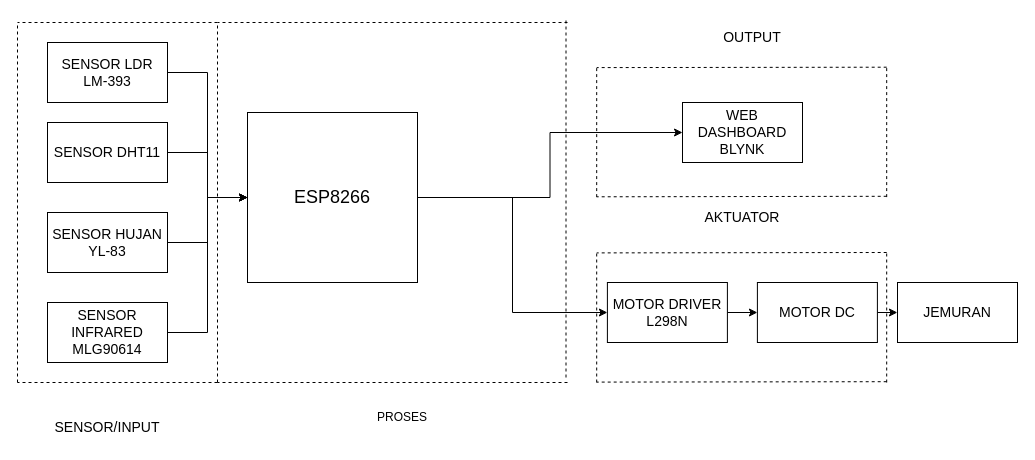
Earlier version of the draw.io diagram Untitled Diagram.drawio (briannugroho/A25). Source tidied: cells renumbered, new cells numbered last; positions are measured from the earlier drawing's top-left corner, leaving out a move shared by most shapes. Both pictures are drawn from the tidied source at 100%, with x=0, y=0 at pixel (17, 17). Pictures stored in the file or linked from it are replaced by grey dashed boxes.
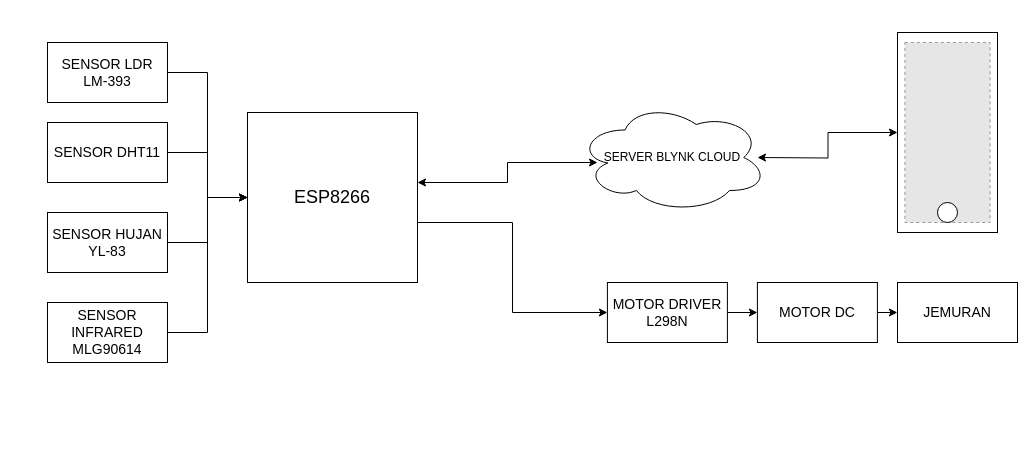
The same page after the edit.

Unchanged cells that the change refers to:
```xml
<mxCell id="12" value="&lt;font style=&quot;font-size: 18px;&quot;&gt;ESP8266&lt;/font&gt;" style="whiteSpace=wrap;html=1;" parent="1" vertex="1">
  <mxGeometry x="230" y="95" width="170" height="170" as="geometry" />
</mxCell>
<mxCell id="14" value="&lt;font style=&quot;font-size: 14px;&quot;&gt;MOTOR DRIVER L298N&lt;/font&gt;" style="whiteSpace=wrap;html=1;" parent="1" vertex="1">
  <mxGeometry x="589.9" y="265" width="120" height="60" as="geometry" />
</mxCell>
```

Diff of the diagram source:
```diff
@@
     <mxCell id="10" style="edgeStyle=orthogonalEdgeStyle;rounded=0;jettySize=auto;html=1;" parent="1" edge="1" source="12" target="14">
-      <mxGeometry relative="1" as="geometry" />
+      <mxGeometry relative="1" as="geometry">
+        <Array as="points">
+          <mxPoint x="495" y="205" />
+          <mxPoint x="495" y="295" />
+        </Array>
+      </mxGeometry>
     </mxCell>
-    <mxCell id="11" style="edgeStyle=orthogonalEdgeStyle;rounded=0;jettySize=auto;html=1;entryX=0;entryY=0.5;entryDx=0;entryDy=0;" parent="1" edge="1" source="12" target="18">
-      <mxGeometry relative="1" as="geometry" />
+    <mxCell id="11" style="edgeStyle=orthogonalEdgeStyle;rounded=0;jettySize=auto;html=1;entryX=0;entryY=0.5;entryDx=0;entryDy=0;startArrow=classic;startFill=1;" parent="1" edge="1" source="12">
+      <mxGeometry relative="1" as="geometry">
+        <mxPoint x="580" y="145" as="targetPoint" />
+        <Array as="points">
+          <mxPoint x="490" y="165" />
+          <mxPoint x="490" y="145" />
+        </Array>
+      </mxGeometry>
     </mxCell>
@@
-    <mxCell id="18" value="&lt;font style=&quot;font-size: 14px;&quot;&gt;WEB DASHBOARD BLYNK&lt;/font&gt;" style="whiteSpace=wrap;html=1;" parent="1" vertex="1">
-      <mxGeometry x="665" y="85" width="120" height="60" as="geometry" />
-    </mxCell>
-    <mxCell id="19" style="endArrow=none;dashed=1;html=1;rounded=0;" parent="1" edge="1">
-      <mxGeometry relative="1" as="geometry">
-        <mxPoint y="365" as="sourcePoint" />
-        <mxPoint y="5" as="targetPoint" />
-      </mxGeometry>
-    </mxCell>
-    <mxCell id="20" style="endArrow=none;dashed=1;html=1;rounded=0;" parent="1" edge="1">
-      <mxGeometry relative="1" as="geometry">
-        <mxPoint x="200" y="365" as="sourcePoint" />
-        <mxPoint x="200" y="5" as="targetPoint" />
-      </mxGeometry>
-    </mxCell>
-    <mxCell id="21" style="endArrow=none;dashed=1;html=1;rounded=0;" parent="1" edge="1">
-      <mxGeometry relative="1" as="geometry">
-        <mxPoint x="548.5" y="360" as="sourcePoint" />
-        <mxPoint x="548.5" as="targetPoint" />
-      </mxGeometry>
-    </mxCell>
-    <mxCell id="22" style="endArrow=none;dashed=1;html=1;rounded=0;" parent="1" edge="1">
-      <mxGeometry relative="1" as="geometry">
-        <mxPoint x="550" y="365" as="sourcePoint" />
-        <mxPoint x="200" y="365" as="targetPoint" />
-      </mxGeometry>
-    </mxCell>
-    <mxCell id="23" style="endArrow=none;dashed=1;html=1;rounded=0;" parent="1" edge="1">
-      <mxGeometry relative="1" as="geometry">
-        <mxPoint x="550" y="5" as="sourcePoint" />
-        <mxPoint x="200" y="5" as="targetPoint" />
-      </mxGeometry>
-    </mxCell>
-    <mxCell id="24" style="endArrow=none;dashed=1;html=1;rounded=0;" parent="1" edge="1">
-      <mxGeometry relative="1" as="geometry">
-        <mxPoint x="200" y="5" as="sourcePoint" />
-        <mxPoint y="5" as="targetPoint" />
-      </mxGeometry>
-    </mxCell>
-    <mxCell id="25" style="endArrow=none;dashed=1;html=1;rounded=0;" parent="1" edge="1">
-      <mxGeometry relative="1" as="geometry">
-        <mxPoint x="200" y="365" as="sourcePoint" />
-        <mxPoint y="365" as="targetPoint" />
-      </mxGeometry>
-    </mxCell>
-    <mxCell id="26" style="endArrow=none;dashed=1;html=1;rounded=0;" parent="1" edge="1">
-      <mxGeometry relative="1" as="geometry">
-        <mxPoint x="869.2" y="235" as="sourcePoint" />
-        <mxPoint x="579.2" y="235.4" as="targetPoint" />
-      </mxGeometry>
-    </mxCell>
-    <mxCell id="27" style="endArrow=none;dashed=1;html=1;rounded=0;" parent="1" edge="1">
-      <mxGeometry relative="1" as="geometry">
-        <mxPoint x="869.2" y="364.2" as="sourcePoint" />
-        <mxPoint x="579.2" y="364.6" as="targetPoint" />
-      </mxGeometry>
-    </mxCell>
-    <mxCell id="28" style="endArrow=none;dashed=1;html=1;rounded=0;" parent="1" edge="1">
-      <mxGeometry relative="1" as="geometry">
-        <mxPoint x="869.2" y="365" as="sourcePoint" />
-        <mxPoint x="869.2" y="235" as="targetPoint" />
-      </mxGeometry>
-    </mxCell>
-    <mxCell id="29" style="endArrow=none;dashed=1;html=1;rounded=0;" parent="1" edge="1">
-      <mxGeometry relative="1" as="geometry">
-        <mxPoint x="579.2" y="365" as="sourcePoint" />
-        <mxPoint x="579.2" y="235" as="targetPoint" />
-      </mxGeometry>
-    </mxCell>
-    <mxCell id="30" value="&lt;font style=&quot;font-size: 14px;&quot;&gt;SENSOR/INPUT&lt;/font&gt;" style="text;html=1;strokeColor=none;fillColor=none;align=center;verticalAlign=middle;whiteSpace=wrap;rounded=0;" parent="1" vertex="1">
-      <mxGeometry x="25" y="395" width="130" height="30" as="geometry" />
-    </mxCell>
-    <mxCell id="31" value="PROSES" style="text;html=1;strokeColor=none;fillColor=none;align=center;verticalAlign=middle;whiteSpace=wrap;rounded=0;" parent="1" vertex="1">
-      <mxGeometry x="320" y="385" width="130" height="30" as="geometry" />
-    </mxCell>
-    <mxCell id="32" value="&lt;font style=&quot;font-size: 14px;&quot;&gt;AKTUATOR&lt;/font&gt;" style="text;html=1;strokeColor=none;fillColor=none;align=center;verticalAlign=middle;whiteSpace=wrap;rounded=0;" parent="1" vertex="1">
-      <mxGeometry x="660" y="185" width="130" height="30" as="geometry" />
-    </mxCell>
-    <mxCell id="33" value="&lt;font style=&quot;font-size: 14px;&quot;&gt;OUTPUT&lt;/font&gt;" style="text;html=1;strokeColor=none;fillColor=none;align=center;verticalAlign=middle;whiteSpace=wrap;rounded=0;" parent="1" vertex="1">
-      <mxGeometry x="670" y="5" width="130" height="30" as="geometry" />
-    </mxCell>
-    <mxCell id="34" style="endArrow=none;dashed=1;html=1;rounded=0;" parent="1" edge="1">
-      <mxGeometry relative="1" as="geometry">
-        <mxPoint x="869.2" y="49.7" as="sourcePoint" />
-        <mxPoint x="579.2" y="50.1" as="targetPoint" />
-      </mxGeometry>
-    </mxCell>
-    <mxCell id="35" style="endArrow=none;dashed=1;html=1;rounded=0;" parent="1" edge="1">
-      <mxGeometry relative="1" as="geometry">
-        <mxPoint x="869.2" y="178.8" as="sourcePoint" />
-        <mxPoint x="579.2" y="179.3" as="targetPoint" />
-      </mxGeometry>
-    </mxCell>
-    <mxCell id="36" style="endArrow=none;dashed=1;html=1;rounded=0;" parent="1" edge="1">
-      <mxGeometry relative="1" as="geometry">
-        <mxPoint x="869.2" y="179.6" as="sourcePoint" />
-        <mxPoint x="869.2" y="49.7" as="targetPoint" />
-      </mxGeometry>
-    </mxCell>
-    <mxCell id="37" style="endArrow=none;dashed=1;html=1;rounded=0;" parent="1" edge="1">
-      <mxGeometry relative="1" as="geometry">
-        <mxPoint x="579.2" y="179.6" as="sourcePoint" />
-        <mxPoint x="579.2" y="49.7" as="targetPoint" />
-      </mxGeometry>
-    </mxCell>
+    <mxCell id="38" value="SERVER BLYNK CLOUD" style="ellipse;shape=cloud;whiteSpace=wrap;html=1;" parent="1" vertex="1">
+      <mxGeometry x="560" y="85" width="190" height="110" as="geometry" />
+    </mxCell>
+    <mxCell id="39" style="edgeStyle=orthogonalEdgeStyle;rounded=0;jettySize=auto;html=1;startArrow=classic;startFill=1;" parent="1" edge="1" source="40">
+      <mxGeometry relative="1" as="geometry">
+        <mxPoint x="740" y="140" as="targetPoint" />
+      </mxGeometry>
+    </mxCell>
+    <mxCell id="40" style="rounded=0;whiteSpace=wrap;html=1;" parent="1" vertex="1">
+      <mxGeometry x="880" y="15" width="100" height="200" as="geometry" />
+    </mxCell>
+    <mxCell id="41" style="fillColor=#E6E6E6;strokeColor=#999999;dashed=1;verticalLabelPosition=bottom;labelBackgroundColor=default;verticalAlign=top;" parent="1" vertex="1">
+      <mxGeometry x="887.4" y="25" width="85.2" height="180" as="geometry" />
+    </mxCell>
+    <mxCell id="42" style="ellipse;whiteSpace=wrap;html=1;" parent="1" vertex="1">
+      <mxGeometry x="920" y="185" width="20" height="20" as="geometry" />
+    </mxCell>
```
